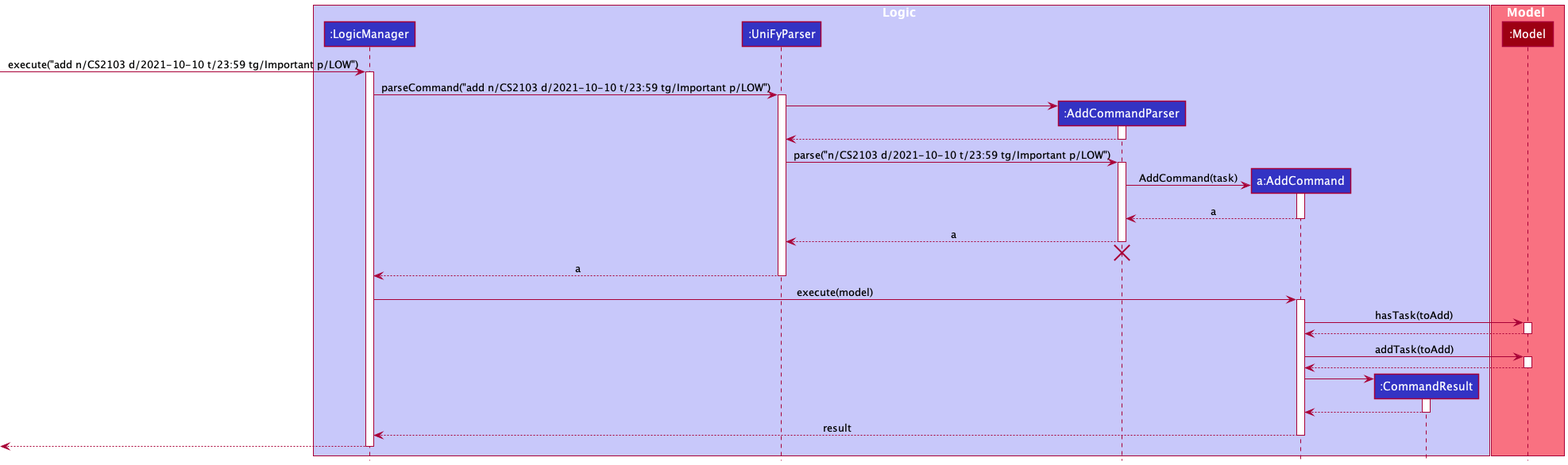
Before: docs/images/AddSequenceDiagram.png, a diagram exported from PlantUML (nus-cs2103-AY2122S1/tp). Source of this version:
```plantuml
@startuml
!include style.puml

box Logic LOGIC_COLOR_T1
participant ":LogicManager" as LogicManager LOGIC_COLOR
participant ":UniFyParser" as UniFyParser LOGIC_COLOR
participant ":AddCommandParser" as AddCommandParser LOGIC_COLOR
participant "a:AddCommand" as AddCommand LOGIC_COLOR
participant ":CommandResult" as CommandResult LOGIC_COLOR
end box

box Model MODEL_COLOR_T1
participant ":Model" as Model MODEL_COLOR
end box

[-> LogicManager : execute("add n/CS2103 d/2021-10-10 t/23:59 tg/Important p/LOW")
activate LogicManager

LogicManager -> UniFyParser : parseCommand("add n/CS2103 d/2021-10-10 t/23:59 tg/Important p/LOW")
activate UniFyParser

create AddCommandParser
UniFyParser -> AddCommandParser
activate AddCommandParser

AddCommandParser --> UniFyParser
deactivate AddCommandParser

UniFyParser -> AddCommandParser : parse("n/CS2103 d/2021-10-10 t/23:59 tg/Important p/LOW")
activate AddCommandParser

create AddCommand
AddCommandParser -> AddCommand : AddCommand(task)
activate AddCommand

AddCommand --> AddCommandParser : a
deactivate AddCommand

AddCommandParser --> UniFyParser : a
deactivate AddCommandParser
AddCommandParser -[hidden]-> UniFyParser
destroy AddCommandParser

UniFyParser --> LogicManager : a
deactivate UniFyParser

LogicManager -> AddCommand : execute(model)
activate AddCommand

AddCommand -> Model : hasTask(toAdd)
activate Model

Model --> AddCommand
deactivate Model

AddCommand -> Model : addTask(toAdd)
activate Model

Model --> AddCommand
deactivate Model

create CommandResult
AddCommand -> CommandResult
activate CommandResult

CommandResult --> AddCommand
deactivate CommandResult

AddCommand --> LogicManager : result
deactivate AddCommand

[<--LogicManager
deactivate LogicManager
@enduml
```
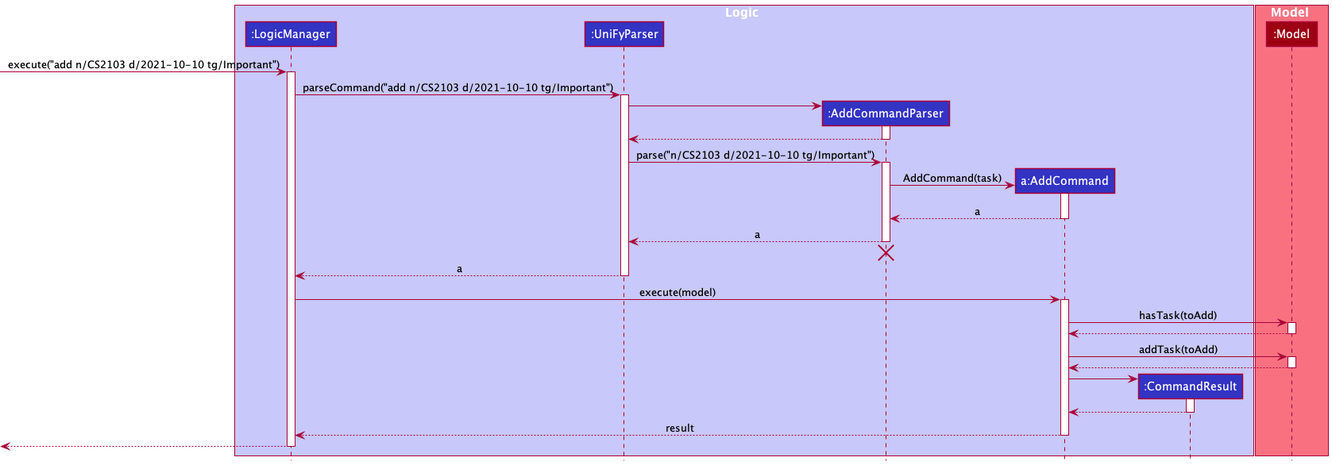
The same file after the commit.

The edit, as a diff of the source:
```diff
@@ -13,10 +13,10 @@
 participant ":Model" as Model MODEL_COLOR
 end box
 
-[-> LogicManager : execute("add n/CS2103 d/2021-10-10 t/23:59 tg/Important p/LOW")
+[-> LogicManager : execute("add n/CS2103 d/2021-10-10 tg/Important")
 activate LogicManager
 
-LogicManager -> UniFyParser : parseCommand("add n/CS2103 d/2021-10-10 t/23:59 tg/Important p/LOW")
+LogicManager -> UniFyParser : parseCommand("add n/CS2103 d/2021-10-10 tg/Important")
 activate UniFyParser
 
 create AddCommandParser
@@ -26,7 +26,7 @@
 AddCommandParser --> UniFyParser
 deactivate AddCommandParser
 
-UniFyParser -> AddCommandParser : parse("n/CS2103 d/2021-10-10 t/23:59 tg/Important p/LOW")
+UniFyParser -> AddCommandParser : parse("n/CS2103 d/2021-10-10 tg/Important")
 activate AddCommandParser
 
 create AddCommand
```
